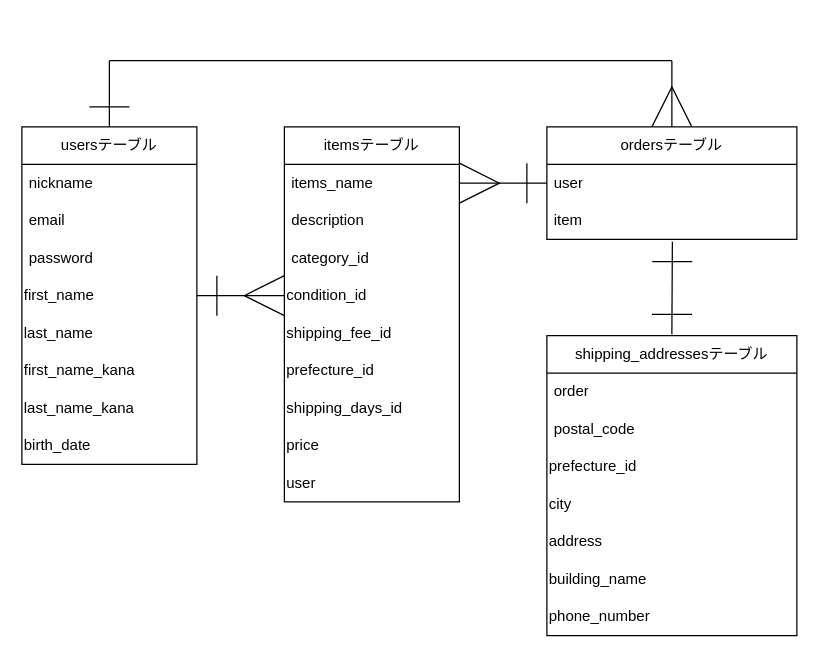
This is er.dio from d-magaki/furima-42189, a draw.io file, before an edit. Source tidied: cells renumbered, new cells numbered last; positions are measured from the earlier drawing's top-left corner, leaving out a move shared by most shapes. Both pictures are drawn from the tidied source at 125%, with x=0, y=0 at pixel (21, 54).
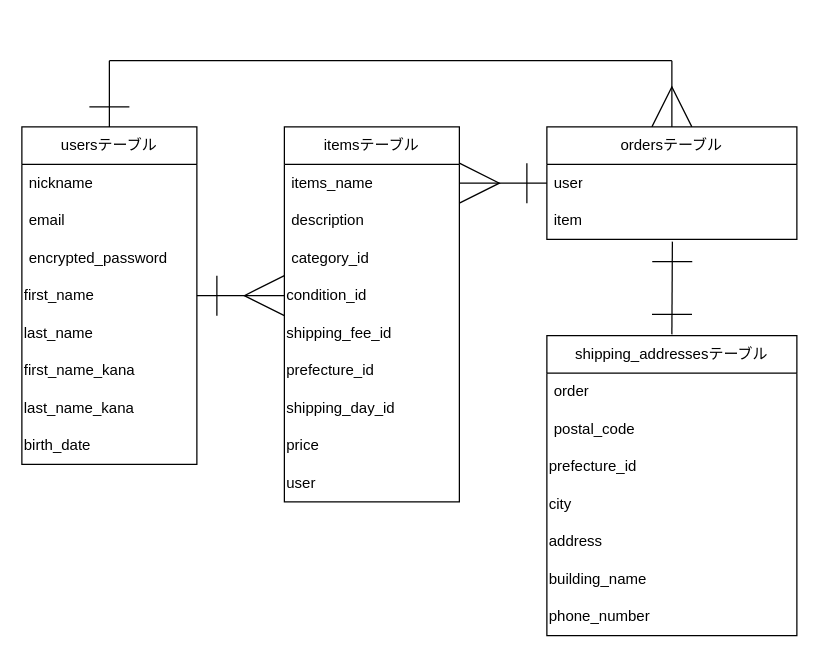
After the change.

The change refers to these unchanged cells:
```xml
<mxCell id="3" value="usersテーブル" style="swimlane;fontStyle=0;horizontal=1;startSize=30;whiteSpace=wrap;html=1;" parent="1" vertex="1">
  <mxGeometry y="58" width="140" height="270" as="geometry" />
</mxCell>
<mxCell id="12" value="itemsテーブル" style="swimlane;fontStyle=0;horizontal=1;startSize=30;whiteSpace=wrap;html=1;" parent="1" vertex="1">
  <mxGeometry x="210" y="58" width="140" height="300" as="geometry" />
</mxCell>
```

Change to the diagram source:
```diff
@@
-    <mxCell id="6" value="password" style="text;strokeColor=none;fillColor=none;align=left;verticalAlign=middle;spacingLeft=4;spacingRight=4;overflow=hidden;whiteSpace=wrap;html=1;" parent="3" vertex="1">
+    <mxCell id="6" value="encrypted_password" style="text;strokeColor=none;fillColor=none;align=left;verticalAlign=middle;spacingLeft=4;spacingRight=4;overflow=hidden;whiteSpace=wrap;html=1;" parent="3" vertex="1">
       <mxGeometry y="90" width="140" height="30" as="geometry" />
     </mxCell>
@@
-    <mxCell id="19" value="shipping_days_id" style="text;html=1;align=left;verticalAlign=middle;whiteSpace=wrap;rounded=0;" parent="12" vertex="1">
+    <mxCell id="19" value="shipping_day_id" style="text;html=1;align=left;verticalAlign=middle;whiteSpace=wrap;rounded=0;" parent="12" vertex="1">
       <mxGeometry y="210" width="140" height="30" as="geometry" />
     </mxCell>
```
